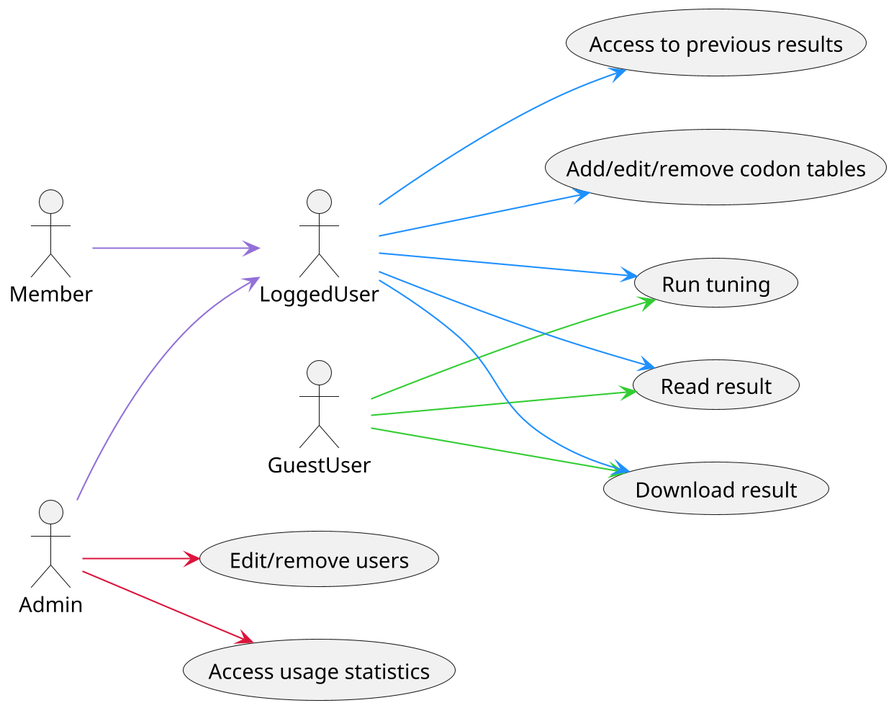
tbonnabaud/expressinhost_web keeps this PlantUML diagram as docs/use_cases.png. Above is the earlier version. Source of this version:
```plantuml
@startuml use_cases
left to right direction
skinparam dpi 200

actor LoggedUser
actor Admin
actor Member
actor GuestUser

usecase "Add/edit/remove codon tables" as u1
usecase "Run tuning" as u2
usecase "Read result" as u3
usecase "Download result" as u4
usecase "Access to previous results" as u5
usecase "Edit/remove users" as u6
usecase "Access usage statistics" as u7

Admin --> LoggedUser #line:MediumPurple
Member --> LoggedUser #line:MediumPurple

GuestUser --> u2 #line:LimeGreen
GuestUser --> u3 #line:LimeGreen
GuestUser --> u4 #line:LimeGreen

LoggedUser --> u1 #line:DodgerBlue
LoggedUser --> u2 #line:DodgerBlue
LoggedUser --> u3 #line:DodgerBlue
LoggedUser --> u4 #line:DodgerBlue
LoggedUser --> u5 #line:DodgerBlue

Admin --> u6 #line:Crimson
Admin --> u7 #line:Crimson
@enduml
```
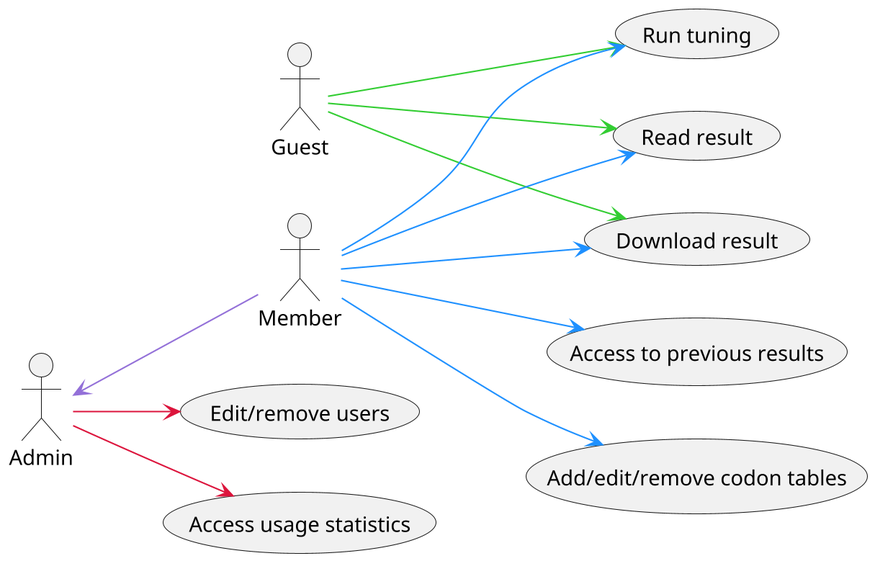
After the commit.

Diff of the diagram source:
```diff
@@ -2,10 +2,10 @@
 left to right direction
 skinparam dpi 200
 
-actor LoggedUser
+actor Guest
+actor Member
 actor Admin
-actor Member
-actor GuestUser
+
 
 usecase "Add/edit/remove codon tables" as u1
 usecase "Run tuning" as u2
@@ -15,18 +15,17 @@
 usecase "Edit/remove users" as u6
 usecase "Access usage statistics" as u7
 
-Admin --> LoggedUser #line:MediumPurple
-Member --> LoggedUser #line:MediumPurple
+Admin <-- Member #line:MediumPurple
 
-GuestUser --> u2 #line:LimeGreen
-GuestUser --> u3 #line:LimeGreen
-GuestUser --> u4 #line:LimeGreen
+Guest --> u2 #line:LimeGreen
+Guest --> u3 #line:LimeGreen
+Guest --> u4 #line:LimeGreen
 
-LoggedUser --> u1 #line:DodgerBlue
-LoggedUser --> u2 #line:DodgerBlue
-LoggedUser --> u3 #line:DodgerBlue
-LoggedUser --> u4 #line:DodgerBlue
-LoggedUser --> u5 #line:DodgerBlue
+Member --> u1 #line:DodgerBlue
+Member --> u2 #line:DodgerBlue
+Member --> u3 #line:DodgerBlue
+Member --> u4 #line:DodgerBlue
+Member --> u5 #line:DodgerBlue
 
 Admin --> u6 #line:Crimson
 Admin --> u7 #line:Crimson
```
